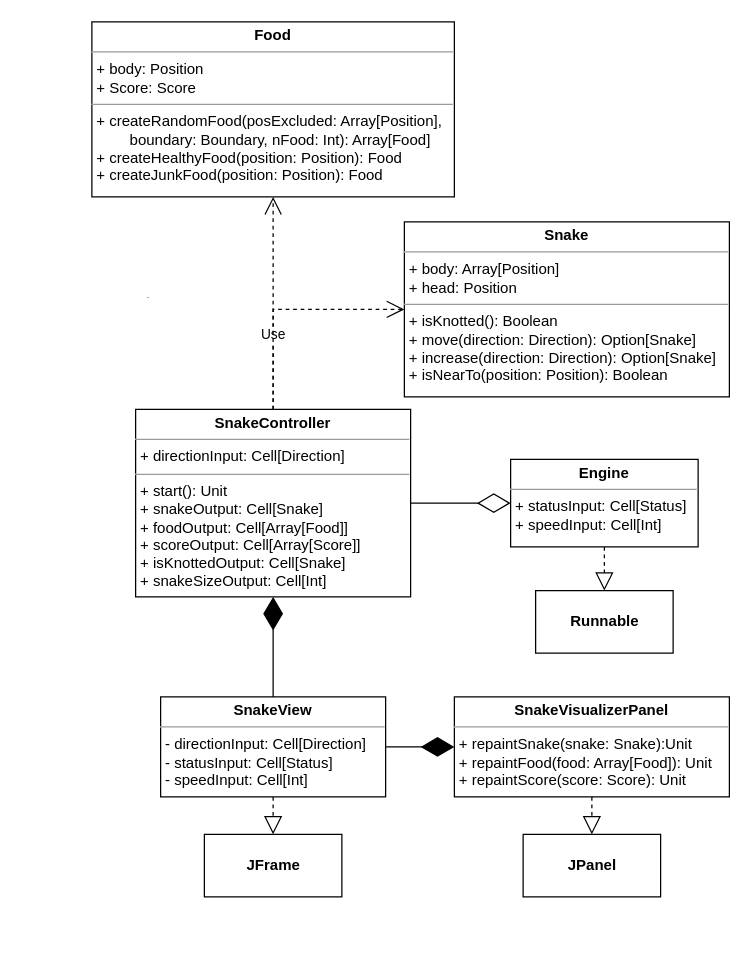
The draw.io diagram page "Page-6" (6 of 7) of doc/frp-scala.drawio in paganellif/pps-project-paganelli-2122, before the edit. Source tidied: cells renumbered, new cells numbered last; positions are measured from the earlier drawing's top-left corner, leaving out a move shared by most shapes. Both pictures are drawn from the tidied source at 125%, with x=0, y=0 at pixel (91, 21).
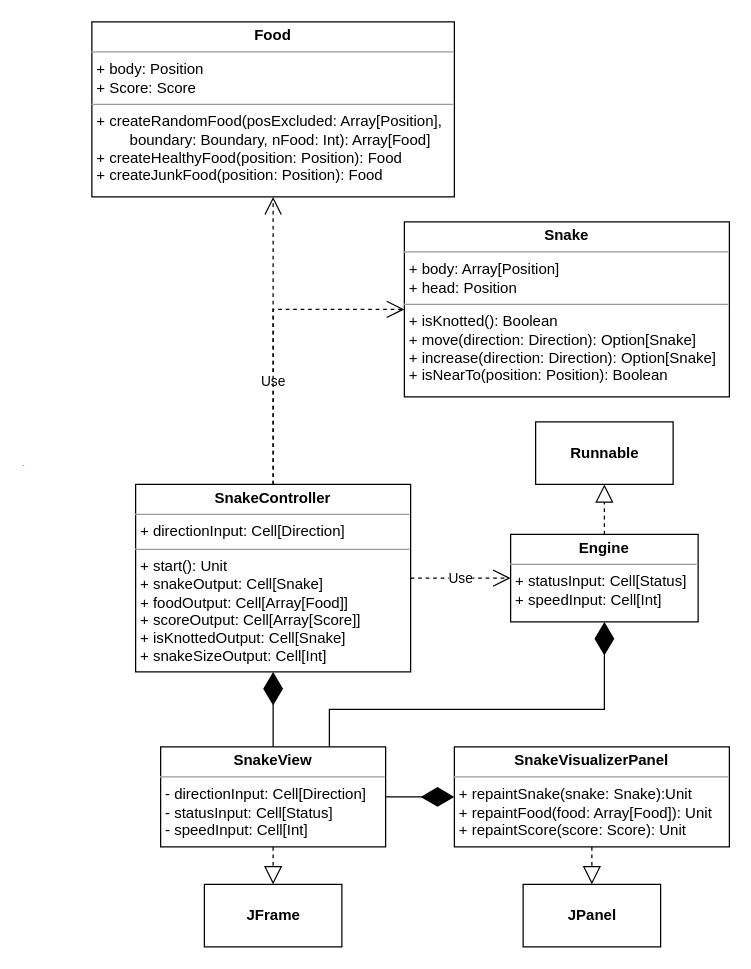
The same page after the edit.

Change to the diagram source:
```diff
@@
     <mxCell id="4" value="&lt;p style=&quot;margin: 0px ; margin-top: 4px ; text-align: center&quot;&gt;&lt;b&gt;SnakeController&lt;/b&gt;&lt;/p&gt;&lt;hr size=&quot;1&quot;&gt;&lt;p style=&quot;margin: 0px ; margin-left: 4px&quot;&gt;+ directionInput: Cell[Direction]&lt;br&gt;&lt;/p&gt;&lt;hr size=&quot;1&quot;&gt;&lt;p style=&quot;margin: 0px 0px 0px 4px&quot;&gt;+ start(): Unit&lt;/p&gt;&lt;p style=&quot;margin: 0px 0px 0px 4px&quot;&gt;+ snakeOutput: Cell[Snake]&lt;/p&gt;&lt;p style=&quot;margin: 0px 0px 0px 4px&quot;&gt;+ foodOutput: Cell[Array[Food]]&lt;/p&gt;&lt;p style=&quot;margin: 0px 0px 0px 4px&quot;&gt;+ scoreOutput: Cell[Array[Score]]&lt;/p&gt;&lt;p style=&quot;margin: 0px 0px 0px 4px&quot;&gt;+ isKnottedOutput: Cell[Snake]&lt;br&gt;&lt;/p&gt;&lt;p style=&quot;margin: 0px 0px 0px 4px&quot;&gt;+ snakeSizeOutput: Cell[Int]&lt;/p&gt;" style="verticalAlign=top;align=left;overflow=fill;fontSize=12;fontFamily=Helvetica;html=1;" parent="1" vertex="1">
-      <mxGeometry x="35" y="310" width="220" height="150" as="geometry" />
+      <mxGeometry x="35" y="370" width="220" height="150" as="geometry" />
     </mxCell>
     <mxCell id="5" value="&lt;p style=&quot;margin: 0px ; margin-top: 4px ; text-align: center&quot;&gt;&lt;b&gt;Engine&lt;/b&gt;&lt;/p&gt;&lt;hr size=&quot;1&quot;&gt;&lt;p style=&quot;margin: 0px ; margin-left: 4px&quot;&gt;+ statusInput: Cell[Status]&lt;br&gt;&lt;/p&gt;&lt;p style=&quot;margin: 0px ; margin-left: 4px&quot;&gt;+ speedInput: Cell[Int]&lt;/p&gt;&lt;p style=&quot;margin: 0px ; margin-left: 4px&quot;&gt;&lt;br&gt;&lt;/p&gt;" style="verticalAlign=top;align=left;overflow=fill;fontSize=12;fontFamily=Helvetica;html=1;" parent="1" vertex="1">
-      <mxGeometry x="335" y="350" width="150" height="70" as="geometry" />
+      <mxGeometry x="335" y="410" width="150" height="70" as="geometry" />
     </mxCell>
     <mxCell id="6" value="&lt;b&gt;Runnable&lt;/b&gt;" style="html=1;" parent="1" vertex="1">
-      <mxGeometry x="355" y="455" width="110" height="50" as="geometry" />
+      <mxGeometry x="355" y="320" width="110" height="50" as="geometry" />
     </mxCell>
-    <mxCell id="7" style="endArrow=block;dashed=1;endFill=0;endSize=12;html=1;rounded=0;entryX=0.5;entryY=0;entryDx=0;entryDy=0;exitX=0.5;exitY=1;exitDx=0;exitDy=0;" parent="1" edge="1" source="5" target="6">
+    <mxCell id="7" style="endArrow=block;dashed=1;endFill=0;endSize=12;html=1;rounded=0;exitX=0.5;exitY=0;exitDx=0;exitDy=0;" parent="1" edge="1" source="5" target="6">
       <mxGeometry relative="1" as="geometry" />
     </mxCell>
     <mxCell id="8" value="&lt;p style=&quot;margin: 0px ; margin-top: 4px ; text-align: center&quot;&gt;&lt;b&gt;SnakeView&lt;/b&gt;&lt;/p&gt;&lt;hr size=&quot;1&quot;&gt;&lt;p style=&quot;margin: 0px ; margin-left: 4px&quot;&gt;- directionInput: Cell[Direction]&lt;/p&gt;&lt;p style=&quot;margin: 0px ; margin-left: 4px&quot;&gt;- statusInput: Cell[Status]&lt;br&gt;&lt;/p&gt;&lt;p style=&quot;margin: 0px ; margin-left: 4px&quot;&gt;- speedInput: Cell[Int]&lt;/p&gt;&lt;p style=&quot;margin: 0px ; margin-left: 4px&quot;&gt;&lt;br&gt;&lt;/p&gt;" style="verticalAlign=top;align=left;overflow=fill;fontSize=12;fontFamily=Helvetica;html=1;" parent="1" vertex="1">
-      <mxGeometry x="55" y="540" width="180" height="80" as="geometry" />
+      <mxGeometry x="55" y="580" width="180" height="80" as="geometry" />
     </mxCell>
     <mxCell id="9" value="&lt;b&gt;JFrame&lt;/b&gt;" style="html=1;" parent="1" vertex="1">
-      <mxGeometry x="90" y="650" width="110" height="50" as="geometry" />
+      <mxGeometry x="90" y="690" width="110" height="50" as="geometry" />
     </mxCell>
@@
     <mxCell id="11" value="&lt;p style=&quot;margin: 0px ; margin-top: 4px ; text-align: center&quot;&gt;&lt;b&gt;SnakeVisualizerPanel&lt;/b&gt;&lt;/p&gt;&lt;hr size=&quot;1&quot;&gt;&lt;p style=&quot;margin: 0px ; margin-left: 4px&quot;&gt;+ repaintSnake(snake: Snake):Unit&lt;/p&gt;&lt;p style=&quot;margin: 0px ; margin-left: 4px&quot;&gt;+ repaintFood(food: Array[Food]): Unit&lt;/p&gt;&lt;p style=&quot;margin: 0px ; margin-left: 4px&quot;&gt;+ repaintScore(score: Score): Unit&lt;/p&gt;&lt;p style=&quot;margin: 0px ; margin-left: 4px&quot;&gt;&lt;br&gt;&lt;/p&gt;" style="verticalAlign=top;align=left;overflow=fill;fontSize=12;fontFamily=Helvetica;html=1;" parent="1" vertex="1">
-      <mxGeometry x="290" y="540" width="220" height="80" as="geometry" />
+      <mxGeometry x="290" y="580" width="220" height="80" as="geometry" />
     </mxCell>
     <mxCell id="12" value="&lt;b&gt;JPanel&lt;/b&gt;" style="html=1;" parent="1" vertex="1">
-      <mxGeometry x="345" y="650" width="110" height="50" as="geometry" />
+      <mxGeometry x="345" y="690" width="110" height="50" as="geometry" />
     </mxCell>
@@
-    <mxCell id="14" style="endArrow=diamondThin;endFill=0;endSize=24;html=1;rounded=0;exitX=1;exitY=0.5;exitDx=0;exitDy=0;entryX=0;entryY=0.5;entryDx=0;entryDy=0;" parent="1" edge="1" source="4" target="5">
-      <mxGeometry relative="1" as="geometry" />
-    </mxCell>
@@
+    <mxCell id="14" value="Use" style="endArrow=open;endSize=12;dashed=1;html=1;rounded=0;strokeColor=#000000;strokeWidth=1;jumpSize=5;entryX=0;entryY=0.5;entryDx=0;entryDy=0;" parent="1" edge="1" source="4" target="5">
+      <mxGeometry relative="1" as="geometry" />
+    </mxCell>
+    <mxCell id="19" style="endArrow=diamondThin;endFill=1;endSize=24;html=1;rounded=0;exitX=0.75;exitY=0;exitDx=0;exitDy=0;entryX=0.5;entryY=1;entryDx=0;entryDy=0;" parent="1" edge="1" source="8" target="5">
+      <mxGeometry relative="1" as="geometry">
+        <Array as="points">
+          <mxPoint x="190" y="550" />
+          <mxPoint x="410" y="550" />
+        </Array>
+      </mxGeometry>
+    </mxCell>
```
